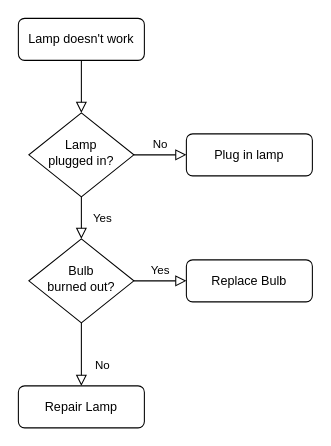
SaKuSama/xiaozhuyaoyao keeps this draw.io diagram as Untitled Diagram.drawio. Above is the earlier version. Source tidied: cells renumbered, new cells numbered last; positions are measured from the earlier drawing's top-left corner, leaving out a move shared by most shapes. Both pictures are drawn from the tidied source at 105%, with x=0, y=0 at pixel (18, 18).
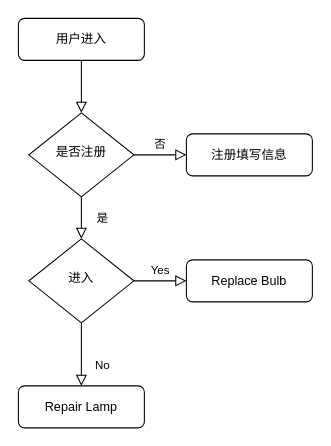
The same page after the edit.

The edit, as a diff of the source:
```diff
@@
 <mxGraphModel>
   <root>
     <mxCell id="0" />
     <mxCell id="1" parent="0" />
     <mxCell id="2" style="rounded=0;html=1;jettySize=auto;fontSize=11;endArrow=block;endFill=0;endSize=8;strokeWidth=1;shadow=0;labelBackgroundColor=none;edgeStyle=orthogonalEdgeStyle;" parent="1" edge="1" source="3" target="6">
       <mxGeometry relative="1" as="geometry" />
     </mxCell>
-    <mxCell id="3" value="Lamp doesn't work" style="rounded=1;whiteSpace=wrap;html=1;fontSize=12;glass=0;strokeWidth=1;shadow=0;" parent="1" vertex="1">
+    <mxCell id="3" value="用户进入" style="rounded=1;whiteSpace=wrap;html=1;fontSize=12;glass=0;strokeWidth=1;shadow=0;" parent="1" vertex="1">
       <mxGeometry width="120" height="40" as="geometry" />
     </mxCell>
-    <mxCell id="4" value="Yes" style="rounded=0;html=1;jettySize=auto;fontSize=11;endArrow=block;endFill=0;endSize=8;strokeWidth=1;shadow=0;labelBackgroundColor=none;edgeStyle=orthogonalEdgeStyle;" parent="1" edge="1" source="6" target="10">
+    <mxCell id="4" value="是" style="rounded=0;html=1;jettySize=auto;fontSize=11;endArrow=block;endFill=0;endSize=8;strokeWidth=1;shadow=0;labelBackgroundColor=none;edgeStyle=orthogonalEdgeStyle;" parent="1" edge="1" source="6" target="10">
       <mxGeometry y="20" relative="1" as="geometry" />
     </mxCell>
-    <mxCell id="5" value="No" style="edgeStyle=orthogonalEdgeStyle;rounded=0;html=1;jettySize=auto;fontSize=11;endArrow=block;endFill=0;endSize=8;strokeWidth=1;shadow=0;labelBackgroundColor=none;" parent="1" edge="1" source="6" target="7">
+    <mxCell id="5" value="否" style="edgeStyle=orthogonalEdgeStyle;rounded=0;html=1;jettySize=auto;fontSize=11;endArrow=block;endFill=0;endSize=8;strokeWidth=1;shadow=0;labelBackgroundColor=none;" parent="1" edge="1" source="6" target="7">
       <mxGeometry y="10" relative="1" as="geometry" />
     </mxCell>
-    <mxCell id="6" value="Lamp&lt;br&gt;plugged in?" style="rhombus;whiteSpace=wrap;html=1;shadow=0;fontFamily=Helvetica;fontSize=12;align=center;strokeWidth=1;spacing=6;spacingTop=-4;" parent="1" vertex="1">
+    <mxCell id="6" value="是否注册" style="rhombus;whiteSpace=wrap;html=1;shadow=0;fontFamily=Helvetica;fontSize=12;align=center;strokeWidth=1;spacing=6;spacingTop=-4;" parent="1" vertex="1">
       <mxGeometry x="10" y="90" width="100" height="80" as="geometry" />
     </mxCell>
-    <mxCell id="7" value="Plug in lamp" style="rounded=1;whiteSpace=wrap;html=1;fontSize=12;glass=0;strokeWidth=1;shadow=0;" parent="1" vertex="1">
+    <mxCell id="7" value="注册填写信息" style="rounded=1;whiteSpace=wrap;html=1;fontSize=12;glass=0;strokeWidth=1;shadow=0;" parent="1" vertex="1">
       <mxGeometry x="160" y="110" width="120" height="40" as="geometry" />
     </mxCell>
     <mxCell id="8" value="No" style="rounded=0;html=1;jettySize=auto;fontSize=11;endArrow=block;endFill=0;endSize=8;strokeWidth=1;shadow=0;labelBackgroundColor=none;edgeStyle=orthogonalEdgeStyle;" parent="1" edge="1" source="10" target="11">
       <mxGeometry x="0.33" y="20" relative="1" as="geometry" />
     </mxCell>
     <mxCell id="9" value="Yes" style="edgeStyle=orthogonalEdgeStyle;rounded=0;html=1;jettySize=auto;fontSize=11;endArrow=block;endFill=0;endSize=8;strokeWidth=1;shadow=0;labelBackgroundColor=none;" parent="1" edge="1" source="10" target="12">
       <mxGeometry y="10" relative="1" as="geometry" />
     </mxCell>
-    <mxCell id="10" value="Bulb&lt;br&gt;burned out?" style="rhombus;whiteSpace=wrap;html=1;shadow=0;fontFamily=Helvetica;fontSize=12;align=center;strokeWidth=1;spacing=6;spacingTop=-4;" parent="1" vertex="1">
+    <mxCell id="10" value="进入" style="rhombus;whiteSpace=wrap;html=1;shadow=0;fontFamily=Helvetica;fontSize=12;align=center;strokeWidth=1;spacing=6;spacingTop=-4;" parent="1" vertex="1">
       <mxGeometry x="10" y="210" width="100" height="80" as="geometry" />
     </mxCell>
     <mxCell id="11" value="Repair Lamp" style="rounded=1;whiteSpace=wrap;html=1;fontSize=12;glass=0;strokeWidth=1;shadow=0;" parent="1" vertex="1">
       <mxGeometry y="350" width="120" height="40" as="geometry" />
     </mxCell>
     <mxCell id="12" value="Replace Bulb" style="rounded=1;whiteSpace=wrap;html=1;fontSize=12;glass=0;strokeWidth=1;shadow=0;" parent="1" vertex="1">
       <mxGeometry x="160" y="230" width="120" height="40" as="geometry" />
     </mxCell>
   </root>
 </mxGraphModel>
```
